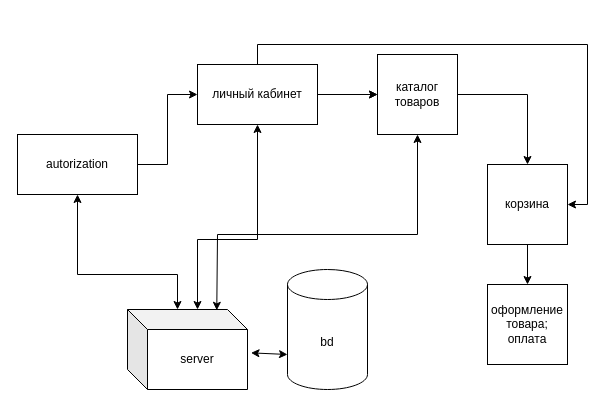
Above: Диаграмма без названия.drawio in Maxim320-dev/learn1 (draw.io), before the change. Source tidied: cells renumbered, new cells numbered last; positions are measured from the earlier drawing's top-left corner, leaving out a move shared by most shapes. Both pictures are drawn from the tidied source at 100%, with x=0, y=0 at pixel (17, 54).
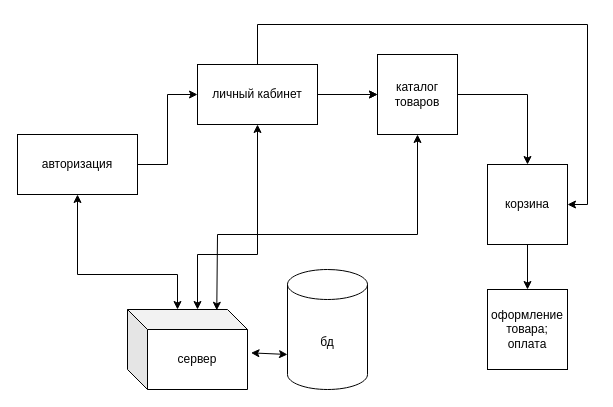
Above is the later version.

The change refers to these unchanged cells:
```xml
<mxCell id="5" value="личный кабинет" style="rounded=0;whiteSpace=wrap;html=1;" parent="1" vertex="1">
  <mxGeometry x="180" y="10" width="120" height="60" as="geometry" />
</mxCell>
<mxCell id="13" value="корзина" style="whiteSpace=wrap;html=1;" parent="1" vertex="1">
  <mxGeometry x="470" y="110" width="80" height="80" as="geometry" />
</mxCell>
```

What changed in the source:
```diff
@@
-    <mxCell id="2" value="autorizatio&lt;span style=&quot;background-color: initial;&quot;&gt;n&lt;/span&gt;" style="rounded=0;whiteSpace=wrap;html=1;" parent="1" vertex="1">
+    <mxCell id="2" value="авторизация" style="rounded=0;whiteSpace=wrap;html=1;" parent="1" vertex="1">
       <mxGeometry y="80" width="120" height="60" as="geometry" />
     </mxCell>
@@
     <mxCell id="4" style="edgeStyle=orthogonalEdgeStyle;rounded=0;jettySize=auto;html=1;exitX=0.5;exitY=0;exitDx=0;exitDy=0;entryX=1;entryY=0.5;entryDx=0;entryDy=0;" parent="1" edge="1" source="5" target="13">
-      <mxGeometry relative="1" as="geometry" />
+      <mxGeometry relative="1" as="geometry">
+        <Array as="points">
+          <mxPoint x="240" y="-30" />
+          <mxPoint x="570" y="-30" />
+          <mxPoint x="570" y="150" />
+        </Array>
+      </mxGeometry>
     </mxCell>
@@
-    <mxCell id="7" value="bd" style="shape=cylinder3;whiteSpace=wrap;html=1;boundedLbl=1;backgroundOutline=1;size=15;" parent="1" vertex="1">
+    <mxCell id="7" value="бд" style="shape=cylinder3;whiteSpace=wrap;html=1;boundedLbl=1;backgroundOutline=1;size=15;" parent="1" vertex="1">
       <mxGeometry x="270" y="215" width="80" height="120" as="geometry" />
     </mxCell>
-    <mxCell id="8" value="server" style="shape=cube;whiteSpace=wrap;html=1;boundedLbl=1;backgroundOutline=1;darkOpacity=0.05;darkOpacity2=0.1;" parent="1" vertex="1">
+    <mxCell id="8" value="сервер" style="shape=cube;whiteSpace=wrap;html=1;boundedLbl=1;backgroundOutline=1;darkOpacity=0.05;darkOpacity2=0.1;" parent="1" vertex="1">
       <mxGeometry x="110" y="255" width="120" height="80" as="geometry" />
     </mxCell>
@@
     <mxCell id="10" style="endArrow=classic;startArrow=classic;html=1;rounded=0;entryX=0.5;entryY=1;entryDx=0;entryDy=0;" parent="1" edge="1" target="5">
       <mxGeometry relative="1" as="geometry">
         <mxPoint x="180" y="255" as="sourcePoint" />
         <Array as="points">
-          <mxPoint x="180" y="185" />
-          <mxPoint x="240" y="185" />
+          <mxPoint x="180" y="200" />
+          <mxPoint x="240" y="200" />
         </Array>
       </mxGeometry>
     </mxCell>
@@
     <mxCell id="15" value="оформление товара; оплата" style="whiteSpace=wrap;html=1;" parent="1" vertex="1">
-      <mxGeometry x="470" y="230" width="80" height="80" as="geometry" />
+      <mxGeometry x="470" y="235" width="80" height="80" as="geometry" />
     </mxCell>
```
